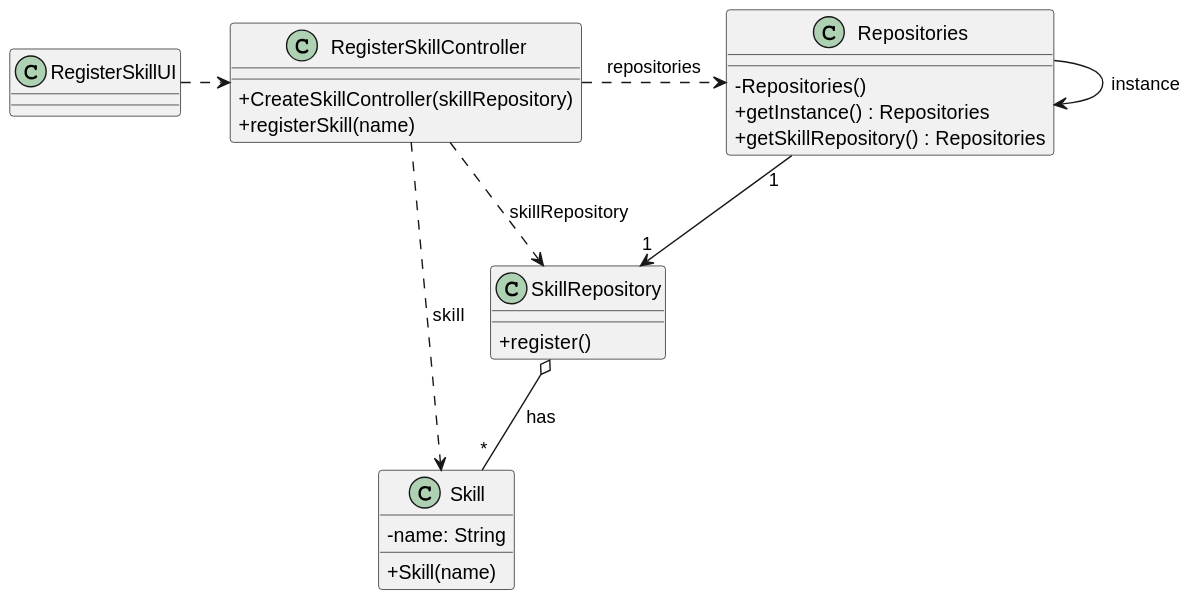
diogoveirospro/lei-24-s2-1dg-g072 keeps this PlantUML diagram as docs/sprintC/us001/03.design/svg/us001-class-diagram.svg. Above is the earlier version. Source of this version:
```plantuml
@startuml
skinparam packageStyle rectangle
skinparam shadowing false
skinparam linetype polyline

skinparam classAttributeIconSize 0


class Skill {
    - name: String

    + Skill(name)
}
class RegisterSkillUI {

}

class RegisterSkillController {
    + CreateSkillController(skillRepository)
    + registerSkill(name)
}

class Repositories {
    - Repositories()
    + getInstance() : Repositories
    + getSkillRepository() : Repositories
}

class SkillRepository {
    + register()
}


RegisterSkillUI .> RegisterSkillController
RegisterSkillController .> Repositories : repositories
Repositories --> Repositories : instance
Repositories "1" --> "1" SkillRepository
SkillRepository o-- "*" Skill : has
RegisterSkillController .> SkillRepository : skillRepository
RegisterSkillController .> Skill : skill
@enduml
```
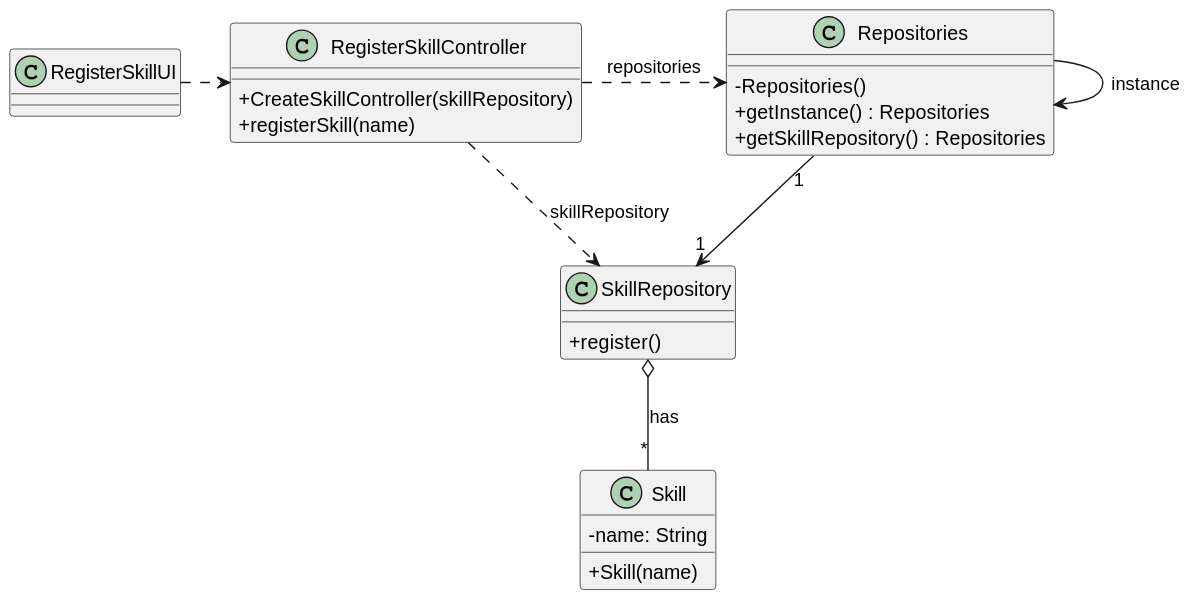
Later version of the same file.

The edit, as a diff of the source:
```diff
@@ -37,5 +37,4 @@
 Repositories "1" --> "1" SkillRepository
 SkillRepository o-- "*" Skill : has
 RegisterSkillController .> SkillRepository : skillRepository
-RegisterSkillController .> Skill : skill
 @enduml
```
